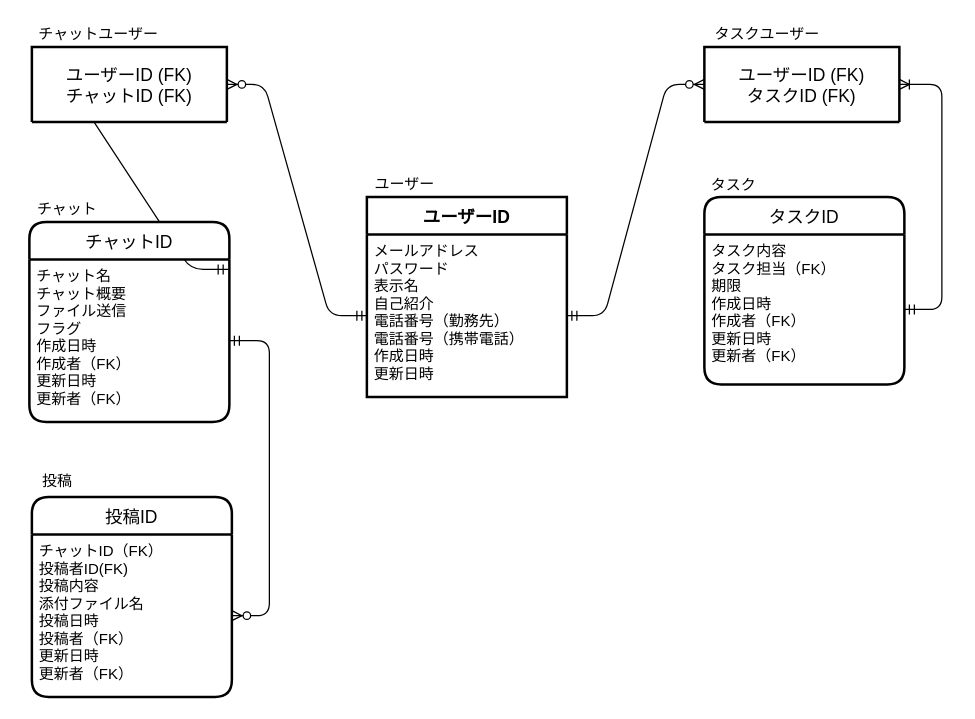
Before: db/db-challenge1/db-challenge1.drawio in labotinc/quelcode-db, a draw.io diagram. Source tidied: cells renumbered, new cells numbered last; positions are measured from the earlier drawing's top-left corner, leaving out a move shared by most shapes. Both pictures are drawn from the tidied source at 125%, with x=0, y=0 at pixel (29, 21).
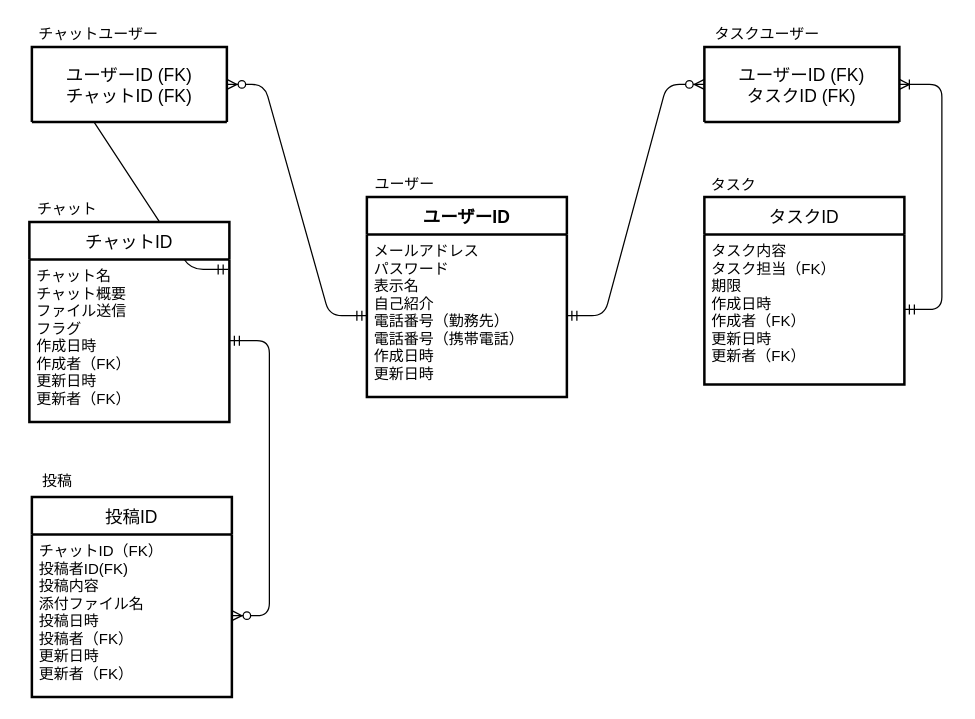
After the change.

Commit message:
枠の形の変更

The edit, as a diff of the source:
```diff
@@
-    <mxCell id="2" value="タスクID" style="swimlane;horizontal=1;startSize=30;rounded=1;fontSize=14;fontStyle=0;strokeWidth=2;shadow=0;dashed=0;align=center;" parent="1" vertex="1">
+    <mxCell id="2" value="タスクID" style="swimlane;horizontal=1;startSize=30;rounded=1;fontSize=14;fontStyle=0;strokeWidth=2;shadow=0;dashed=0;align=center;arcSize=0;" parent="1" vertex="1">
       <mxGeometry x="540" y="140" width="160" height="150" as="geometry" />
     </mxCell>
@@
-    <mxCell id="9" value="チャットID" style="swimlane;horizontal=1;startSize=30;rounded=1;fontSize=14;fontStyle=0;strokeWidth=2;shadow=0;dashed=0;align=center;" parent="1" vertex="1">
+    <mxCell id="9" value="チャットID" style="swimlane;horizontal=1;startSize=30;rounded=1;fontSize=14;fontStyle=0;strokeWidth=2;shadow=0;dashed=0;align=center;arcSize=0;" parent="1" vertex="1">
       <mxGeometry y="160" width="160" height="160" as="geometry" />
     </mxCell>
@@
-    <mxCell id="15" value="投稿ID" style="swimlane;horizontal=1;startSize=30;rounded=1;fontSize=14;fontStyle=0;strokeWidth=2;shadow=0;dashed=0;align=center;" parent="1" vertex="1">
+    <mxCell id="15" value="投稿ID" style="swimlane;horizontal=1;startSize=30;rounded=1;fontSize=14;fontStyle=0;strokeWidth=2;shadow=0;dashed=0;align=center;arcSize=0;" parent="1" vertex="1">
       <mxGeometry x="2" y="380" width="160" height="160" as="geometry" />
     </mxCell>
```
